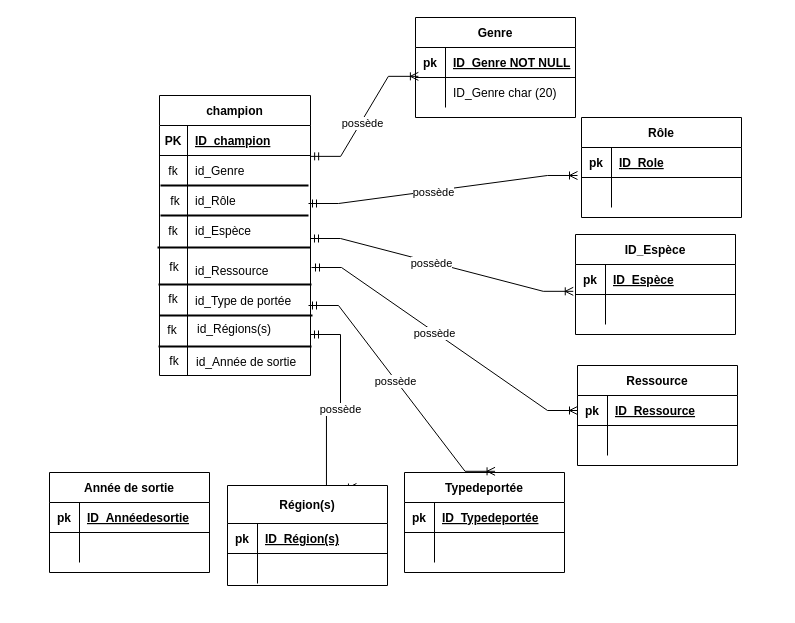
Earlier version of the draw.io diagram eleve.drawio (Bruce-69/BTS2-CIEL-IR-MCD-2024-2025). Source tidied: cells renumbered, new cells numbered last; positions are measured from the earlier drawing's top-left corner, leaving out a move shared by most shapes. Both pictures are drawn from the tidied source at 100%, with x=0, y=0 at pixel (49, 17).
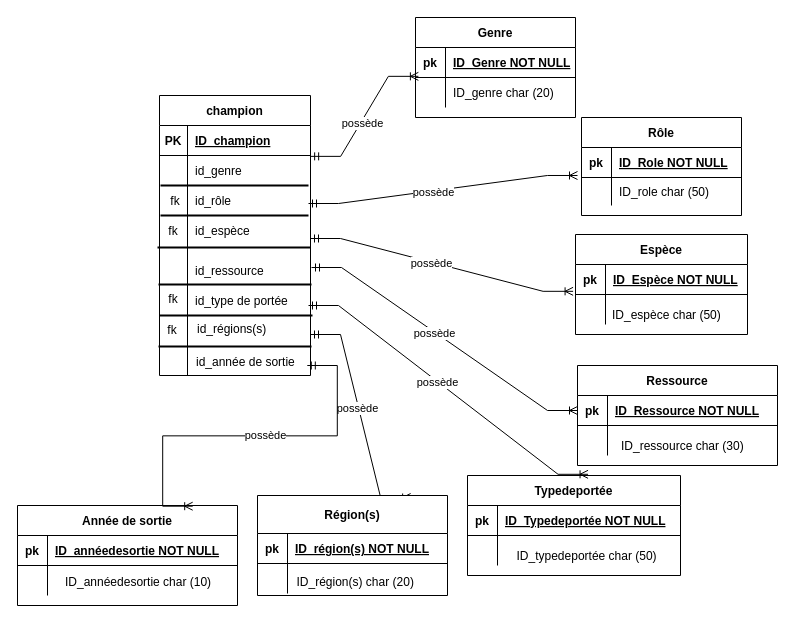
After the change.

Commit message:
Mettre à jour eleve.drawio

The change refers to these unchanged cells:
```xml
<mxCell id="6" style="shape=partialRectangle;fillColor=none;points=[[0,0.5],[1,0.5]];portConstraint=eastwest;top=0;left=0;right=0;bottom=0;" parent="2" vertex="1">
  <mxGeometry y="60" width="151" height="30" as="geometry" />
</mxCell>
<mxCell id="13" style="shape=partialRectangle;fillColor=none;points=[[0,0.5],[1,0.5]];portConstraint=eastwest;top=0;left=0;right=0;bottom=0;" parent="9" vertex="1">
  <mxGeometry y="60" width="160" height="30" as="geometry" />
</mxCell>
<mxCell id="28" style="shape=partialRectangle;fillColor=none;points=[[0,0.5],[1,0.5]];portConstraint=eastwest;top=0;left=0;right=0;bottom=1;" parent="27" vertex="1">
  <mxGeometry y="30" width="160" height="30" as="geometry" />
</mxCell>
```

What changed in the source:
```diff
@@
-    <mxCell id="7" value="fk" style="shape=partialRectangle;overflow=hidden;fillColor=none;top=0;left=0;bottom=0;right=0;" parent="6" vertex="1">
+    <mxCell id="7" style="shape=partialRectangle;overflow=hidden;fillColor=none;top=0;left=0;bottom=0;right=0;" parent="6" vertex="1">
       <mxGeometry width="28" height="30" as="geometry" />
     </mxCell>
-    <mxCell id="8" value="id_Genre" style="shape=partialRectangle;overflow=hidden;fillColor=none;top=0;left=0;bottom=0;right=0;align=left;spacingLeft=6;" parent="6" vertex="1">
+    <mxCell id="8" value="id_genre" style="shape=partialRectangle;overflow=hidden;fillColor=none;top=0;left=0;bottom=0;right=0;align=left;spacingLeft=6;" parent="6" vertex="1">
       <mxGeometry x="28" width="123" height="30" as="geometry" />
     </mxCell>
@@
-    <mxCell id="15" value="ID_Genre char (20)" style="shape=partialRectangle;overflow=hidden;fillColor=none;top=0;left=0;bottom=0;right=0;align=left;spacingLeft=6;" parent="13" vertex="1">
+    <mxCell id="15" value="ID_genre char (20)" style="shape=partialRectangle;overflow=hidden;fillColor=none;top=0;left=0;bottom=0;right=0;align=left;spacingLeft=6;" parent="13" vertex="1">
       <mxGeometry x="30" width="130" height="30" as="geometry" />
     </mxCell>
@@
-    <mxCell id="18" value="id_Rôle" style="shape=partialRectangle;overflow=hidden;fillColor=none;top=0;left=0;bottom=0;right=0;align=left;spacingLeft=6;" parent="1" vertex="1">
+    <mxCell id="18" value="id_rôle" style="shape=partialRectangle;overflow=hidden;fillColor=none;top=0;left=0;bottom=0;right=0;align=left;spacingLeft=6;" parent="1" vertex="1">
       <mxGeometry x="138" y="168" width="121" height="30" as="geometry" />
     </mxCell>
-    <mxCell id="19" value="id_Espèce" style="shape=partialRectangle;overflow=hidden;fillColor=none;top=0;left=0;bottom=0;right=0;align=left;spacingLeft=6;" parent="1" vertex="1">
+    <mxCell id="19" value="id_espèce" style="shape=partialRectangle;overflow=hidden;fillColor=none;top=0;left=0;bottom=0;right=0;align=left;spacingLeft=6;" parent="1" vertex="1">
       <mxGeometry x="138" y="198" width="121" height="30" as="geometry" />
     </mxCell>
-    <mxCell id="20" value="id_Ressource" style="shape=partialRectangle;overflow=hidden;fillColor=none;top=0;left=0;bottom=0;right=0;align=left;spacingLeft=6;" parent="1" vertex="1">
+    <mxCell id="20" value="id_ressource" style="shape=partialRectangle;overflow=hidden;fillColor=none;top=0;left=0;bottom=0;right=0;align=left;spacingLeft=6;" parent="1" vertex="1">
       <mxGeometry x="138" y="238" width="121" height="30" as="geometry" />
     </mxCell>
-    <mxCell id="21" value="id_Type de portée" style="shape=partialRectangle;overflow=hidden;fillColor=none;top=0;left=0;bottom=0;right=0;align=left;spacingLeft=6;" parent="1" vertex="1">
+    <mxCell id="21" value="id_type de portée" style="shape=partialRectangle;overflow=hidden;fillColor=none;top=0;left=0;bottom=0;right=0;align=left;spacingLeft=6;" parent="1" vertex="1">
       <mxGeometry x="138" y="268" width="121" height="30" as="geometry" />
     </mxCell>
@@
     <mxCell id="27" value="Rôle" style="shape=table;startSize=30;childLayout=tableLayout;rowLines=0;fontStyle=1;align=center;" parent="1" vertex="1">
-      <mxGeometry x="532" y="100" width="160" height="100" as="geometry" />
+      <mxGeometry x="532" y="100" width="160" height="98" as="geometry" />
     </mxCell>
@@
-    <mxCell id="30" value="ID_Role" style="shape=partialRectangle;overflow=hidden;fillColor=none;top=0;left=0;bottom=0;right=0;align=left;spacingLeft=6;fontStyle=5;" parent="28" vertex="1">
+    <mxCell id="30" value="ID_Role NOT NULL" style="shape=partialRectangle;overflow=hidden;fillColor=none;top=0;left=0;bottom=0;right=0;align=left;spacingLeft=6;fontStyle=5;" parent="28" vertex="1">
       <mxGeometry x="30" width="130" height="30" as="geometry" />
     </mxCell>
     <mxCell id="31" style="shape=partialRectangle;fillColor=none;top=0;left=0;right=0;bottom=0;" parent="27" vertex="1">
-      <mxGeometry y="60" width="160" height="30" as="geometry" />
+      <mxGeometry y="60" width="160" height="28" as="geometry" />
     </mxCell>
     <mxCell id="32" style="shape=partialRectangle;overflow=hidden;fillColor=none;top=0;left=0;bottom=0;right=0;" parent="31" vertex="1">
-      <mxGeometry width="30" height="30" as="geometry" />
+      <mxGeometry width="30" height="28" as="geometry" />
     </mxCell>
-    <mxCell id="33" style="shape=partialRectangle;overflow=hidden;fillColor=none;top=0;left=0;bottom=0;right=0;align=left;spacingLeft=6;" parent="31" vertex="1">
-      <mxGeometry x="30" width="130" height="30" as="geometry" />
+    <mxCell id="33" value="ID_role char (50)" style="shape=partialRectangle;overflow=hidden;fillColor=none;top=0;left=0;bottom=0;right=0;align=left;spacingLeft=6;" parent="31" vertex="1">
+      <mxGeometry x="30" width="130" height="28" as="geometry" />
     </mxCell>
-    <mxCell id="34" value="ID_Espèce" style="shape=table;startSize=30;childLayout=tableLayout;rowLines=0;fontStyle=1;align=center;" parent="1" vertex="1">
-      <mxGeometry x="526" y="217" width="160" height="100" as="geometry" />
+    <mxCell id="34" value="Espèce" style="shape=table;startSize=30;childLayout=tableLayout;rowLines=0;fontStyle=1;align=center;" parent="1" vertex="1">
+      <mxGeometry x="526" y="217" width="172" height="100" as="geometry" />
     </mxCell>
     <mxCell id="35" style="shape=partialRectangle;fillColor=none;top=0;left=0;right=0;bottom=1;" parent="34" vertex="1">
-      <mxGeometry y="30" width="160" height="30" as="geometry" />
+      <mxGeometry y="30" width="172" height="30" as="geometry" />
     </mxCell>
@@
-    <mxCell id="37" value="ID_Espèce" style="shape=partialRectangle;overflow=hidden;fillColor=none;top=0;left=0;bottom=0;right=0;align=left;spacingLeft=6;fontStyle=5;" parent="35" vertex="1">
-      <mxGeometry x="30" width="130" height="30" as="geometry" />
+    <mxCell id="37" value="ID_Espèce NOT NULL" style="shape=partialRectangle;overflow=hidden;fillColor=none;top=0;left=0;bottom=0;right=0;align=left;spacingLeft=6;fontStyle=5;" parent="35" vertex="1">
+      <mxGeometry x="30" width="142" height="30" as="geometry" />
     </mxCell>
     <mxCell id="38" style="shape=partialRectangle;fillColor=none;points=[[0,0.5],[1,0.5]];portConstraint=eastwest;top=0;left=0;right=0;bottom=0;" parent="34" vertex="1">
-      <mxGeometry y="60" width="160" height="30" as="geometry" />
+      <mxGeometry y="60" width="172" height="30" as="geometry" />
     </mxCell>
@@
     <mxCell id="40" style="shape=partialRectangle;overflow=hidden;fillColor=none;top=0;left=0;bottom=0;right=0;align=left;spacingLeft=6;" parent="38" vertex="1">
-      <mxGeometry x="30" width="130" height="30" as="geometry" />
+      <mxGeometry x="30" width="142" height="30" as="geometry" />
     </mxCell>
     <mxCell id="41" value="Ressource" style="shape=table;startSize=30;childLayout=tableLayout;rowLines=0;fontStyle=1;align=center;" parent="1" vertex="1">
-      <mxGeometry x="528" y="348" width="160" height="100" as="geometry" />
+      <mxGeometry x="528" y="348" width="200" height="100" as="geometry" />
     </mxCell>
     <mxCell id="42" style="shape=partialRectangle;fillColor=none;points=[[0,0.5],[1,0.5]];portConstraint=eastwest;top=0;left=0;right=0;bottom=1;" parent="41" vertex="1">
-      <mxGeometry y="30" width="160" height="30" as="geometry" />
+      <mxGeometry y="30" width="200" height="30" as="geometry" />
     </mxCell>
@@
-    <mxCell id="44" value="ID_Ressource" style="shape=partialRectangle;overflow=hidden;fillColor=none;top=0;left=0;bottom=0;right=0;align=left;spacingLeft=6;fontStyle=5;" parent="42" vertex="1">
-      <mxGeometry x="30" width="130" height="30" as="geometry" />
+    <mxCell id="44" value="ID_Ressource NOT NULL" style="shape=partialRectangle;overflow=hidden;fillColor=none;top=0;left=0;bottom=0;right=0;align=left;spacingLeft=6;fontStyle=5;" parent="42" vertex="1">
+      <mxGeometry x="30" width="170" height="30" as="geometry" />
     </mxCell>
     <mxCell id="45" style="shape=partialRectangle;fillColor=none;top=0;left=0;right=0;bottom=0;" parent="41" vertex="1">
-      <mxGeometry y="60" width="160" height="30" as="geometry" />
+      <mxGeometry y="60" width="200" height="30" as="geometry" />
     </mxCell>
@@
     <mxCell id="47" style="shape=partialRectangle;overflow=hidden;fillColor=none;top=0;left=0;bottom=0;right=0;align=left;spacingLeft=6;" parent="45" vertex="1">
-      <mxGeometry x="30" width="130" height="30" as="geometry" />
+      <mxGeometry x="30" width="170" height="30" as="geometry" />
     </mxCell>
     <mxCell id="48" value="Typedeportée" style="shape=table;startSize=30;childLayout=tableLayout;rowLines=0;fontStyle=1;align=center;" parent="1" vertex="1">
-      <mxGeometry x="355" y="455" width="160" height="100" as="geometry" />
+      <mxGeometry x="418" y="458" width="213" height="100" as="geometry" />
     </mxCell>
     <mxCell id="49" style="shape=partialRectangle;fillColor=none;top=0;left=0;right=0;bottom=1;" parent="48" vertex="1">
-      <mxGeometry y="30" width="160" height="30" as="geometry" />
+      <mxGeometry y="30" width="213" height="30" as="geometry" />
     </mxCell>
@@
-    <mxCell id="51" value="ID_Typedeportée" style="shape=partialRectangle;overflow=hidden;fillColor=none;top=0;left=0;bottom=0;right=0;align=left;spacingLeft=6;fontStyle=5;" parent="49" vertex="1">
-      <mxGeometry x="30" width="130" height="30" as="geometry" />
+    <mxCell id="51" value="ID_Typedeportée NOT NULL" style="shape=partialRectangle;overflow=hidden;fillColor=none;top=0;left=0;bottom=0;right=0;align=left;spacingLeft=6;fontStyle=5;" parent="49" vertex="1">
+      <mxGeometry x="30" width="183" height="30" as="geometry" />
     </mxCell>
     <mxCell id="52" style="shape=partialRectangle;fillColor=none;top=0;left=0;right=0;bottom=0;" parent="48" vertex="1">
-      <mxGeometry y="60" width="160" height="30" as="geometry" />
+      <mxGeometry y="60" width="213" height="30" as="geometry" />
     </mxCell>
@@
     <mxCell id="54" style="shape=partialRectangle;overflow=hidden;fillColor=none;top=0;left=0;bottom=0;right=0;align=left;spacingLeft=6;" parent="52" vertex="1">
-      <mxGeometry x="30" width="130" height="30" as="geometry" />
+      <mxGeometry x="30" width="183" height="30" as="geometry" />
     </mxCell>
@@
     <mxCell id="57" value="Année de sortie" style="shape=table;startSize=30;childLayout=tableLayout;rowLines=0;fontStyle=1;align=center;" parent="1" vertex="1">
-      <mxGeometry y="455" width="160" height="100" as="geometry" />
+      <mxGeometry x="-32" y="488" width="220" height="100" as="geometry" />
     </mxCell>
     <mxCell id="58" style="shape=partialRectangle;fillColor=none;top=0;left=0;right=0;bottom=1;" parent="57" vertex="1">
-      <mxGeometry y="30" width="160" height="30" as="geometry" />
+      <mxGeometry y="30" width="220" height="30" as="geometry" />
     </mxCell>
@@
-    <mxCell id="60" value="ID_Annéedesortie" style="shape=partialRectangle;overflow=hidden;fillColor=none;top=0;left=0;bottom=0;right=0;align=left;spacingLeft=6;fontStyle=5;" parent="58" vertex="1">
-      <mxGeometry x="30" width="130" height="30" as="geometry" />
+    <mxCell id="60" value="ID_annéedesortie NOT NULL" style="shape=partialRectangle;overflow=hidden;fillColor=none;top=0;left=0;bottom=0;right=0;align=left;spacingLeft=6;fontStyle=5;" parent="58" vertex="1">
+      <mxGeometry x="30" width="190" height="30" as="geometry" />
     </mxCell>
     <mxCell id="61" style="shape=partialRectangle;fillColor=none;top=0;left=0;right=0;bottom=0;" parent="57" vertex="1">
-      <mxGeometry y="60" width="160" height="30" as="geometry" />
+      <mxGeometry y="60" width="220" height="30" as="geometry" />
     </mxCell>
@@
     <mxCell id="63" style="shape=partialRectangle;overflow=hidden;fillColor=none;top=0;left=0;bottom=0;right=0;align=left;spacingLeft=6;" parent="61" vertex="1">
-      <mxGeometry x="30" width="130" height="30" as="geometry" />
+      <mxGeometry x="30" width="190" height="30" as="geometry" />
     </mxCell>
-    <mxCell id="64" value="id_Régions(s)" style="shape=partialRectangle;overflow=hidden;fillColor=none;top=0;left=0;bottom=0;right=0;align=left;spacingLeft=6;" parent="1" vertex="1">
+    <mxCell id="64" value="id_régions(s)" style="shape=partialRectangle;overflow=hidden;fillColor=none;top=0;left=0;bottom=0;right=0;align=left;spacingLeft=6;" parent="1" vertex="1">
       <mxGeometry x="140" y="296" width="121" height="30" as="geometry" />
     </mxCell>
-    <mxCell id="65" value="id_Année de sortie" style="shape=partialRectangle;overflow=hidden;fillColor=none;top=0;left=0;bottom=0;right=0;align=left;spacingLeft=6;" parent="1" vertex="1">
+    <mxCell id="65" value="id_année de sortie" style="shape=partialRectangle;overflow=hidden;fillColor=none;top=0;left=0;bottom=0;right=0;align=left;spacingLeft=6;" parent="1" vertex="1">
       <mxGeometry x="139" y="329" width="121" height="30" as="geometry" />
     </mxCell>
@@
     <mxCell id="76" value="Région(s)" style="shape=table;startSize=38;childLayout=tableLayout;rowLines=0;fontStyle=1;align=center;" parent="1" vertex="1">
-      <mxGeometry x="178" y="468" width="160" height="100" as="geometry" />
+      <mxGeometry x="208" y="478" width="190" height="100" as="geometry" />
     </mxCell>
     <mxCell id="77" style="shape=partialRectangle;fillColor=none;top=0;left=0;right=0;bottom=1;" parent="76" vertex="1">
-      <mxGeometry y="38" width="160" height="30" as="geometry" />
+      <mxGeometry y="38" width="190" height="30" as="geometry" />
     </mxCell>
@@
-    <mxCell id="79" value="ID_Région(s)" style="shape=partialRectangle;overflow=hidden;fillColor=none;top=0;left=0;bottom=0;right=0;align=left;spacingLeft=6;fontStyle=5;" parent="77" vertex="1">
-      <mxGeometry x="30" width="130" height="30" as="geometry" />
+    <mxCell id="79" value="ID_région(s) NOT NULL" style="shape=partialRectangle;overflow=hidden;fillColor=none;top=0;left=0;bottom=0;right=0;align=left;spacingLeft=6;fontStyle=5;" parent="77" vertex="1">
+      <mxGeometry x="30" width="160" height="30" as="geometry" />
     </mxCell>
     <mxCell id="80" style="shape=partialRectangle;fillColor=none;top=0;left=0;right=0;bottom=0;" parent="76" vertex="1">
-      <mxGeometry y="68" width="160" height="30" as="geometry" />
+      <mxGeometry y="68" width="190" height="30" as="geometry" />
     </mxCell>
@@
     <mxCell id="82" style="shape=partialRectangle;overflow=hidden;fillColor=none;top=0;left=0;bottom=0;right=0;align=left;spacingLeft=6;" parent="80" vertex="1">
-      <mxGeometry x="30" width="130" height="30" as="geometry" />
+      <mxGeometry x="30" width="160" height="30" as="geometry" />
     </mxCell>
@@
-    <mxCell id="84" value="fk" style="shape=partialRectangle;overflow=hidden;fillColor=none;top=0;left=0;bottom=0;right=0;" parent="1" vertex="1">
-      <mxGeometry x="111" y="328" width="28" height="30" as="geometry" />
-    </mxCell>
@@
-    <mxCell id="87" value="fk" style="shape=partialRectangle;overflow=hidden;fillColor=none;top=0;left=0;bottom=0;right=0;" parent="1" vertex="1">
+    <mxCell id="87" style="shape=partialRectangle;overflow=hidden;fillColor=none;top=0;left=0;bottom=0;right=0;" parent="1" vertex="1">
       <mxGeometry x="111" y="234" width="28" height="30" as="geometry" />
     </mxCell>
@@
+    <mxCell id="89" value="ID_espèce char (50)" style="shape=partialRectangle;overflow=hidden;fillColor=none;top=0;left=0;bottom=0;right=0;align=left;spacingLeft=6;" parent="1" vertex="1">
+      <mxGeometry x="555" y="283" width="130" height="28" as="geometry" />
+    </mxCell>
+    <mxCell id="90" style="edgeStyle=entityRelationEdgeStyle;fontSize=12;html=1;endArrow=ERoneToMany;startArrow=ERmandOne;rounded=0;exitX=1.001;exitY=0.029;exitDx=0;exitDy=0;exitPerimeter=0;entryX=0.811;entryY=-0.033;entryDx=0;entryDy=0;entryPerimeter=0;" parent="1" edge="1">
+      <mxGeometry relative="1" as="geometry">
+        <mxPoint x="257.8" y="348" as="sourcePoint" />
+        <mxPoint x="143.2" y="488.7" as="targetPoint" />
+        <Array as="points">
+          <mxPoint x="266.8" y="323" />
+          <mxPoint x="266.8" y="333" />
+          <mxPoint x="214.8" y="422" />
+          <mxPoint x="204.8" y="442" />
+          <mxPoint x="204.8" y="462" />
+          <mxPoint x="274.8" y="479" />
+          <mxPoint x="294.8" y="459" />
+          <mxPoint x="264.8" y="489" />
+        </Array>
+      </mxGeometry>
+    </mxCell>
+    <mxCell id="91" value="possède" style="edgeLabel;html=1;align=center;verticalAlign=middle;" parent="90" vertex="1">
+      <mxGeometry x="-0.08" y="-1" relative="1" as="geometry" />
+    </mxCell>
+    <mxCell id="92" value="ID_ressource char (30)" style="shape=partialRectangle;overflow=hidden;fillColor=none;top=0;left=0;bottom=0;right=0;align=left;spacingLeft=6;" parent="1" vertex="1">
+      <mxGeometry x="564" y="414" width="130" height="28" as="geometry" />
+    </mxCell>
+    <mxCell id="93" value="ID_typedeportée char (50)" style="shape=partialRectangle;overflow=hidden;fillColor=none;top=0;left=0;bottom=0;right=0;align=left;spacingLeft=6;" parent="1" vertex="1">
+      <mxGeometry x="459.5" y="524" width="158.5" height="28" as="geometry" />
+    </mxCell>
+    <mxCell id="94" value="ID_région(s) char (20)" style="shape=partialRectangle;overflow=hidden;fillColor=none;top=0;left=0;bottom=0;right=0;align=left;spacingLeft=6;" parent="1" vertex="1">
+      <mxGeometry x="239.5" y="550" width="158.5" height="28" as="geometry" />
+    </mxCell>
+    <mxCell id="95" value="ID_annéedesortie char (10)" style="shape=partialRectangle;overflow=hidden;fillColor=none;top=0;left=0;bottom=0;right=0;align=left;spacingLeft=6;" parent="1" vertex="1">
+      <mxGeometry x="8" y="550" width="158.5" height="28" as="geometry" />
+    </mxCell>
```
